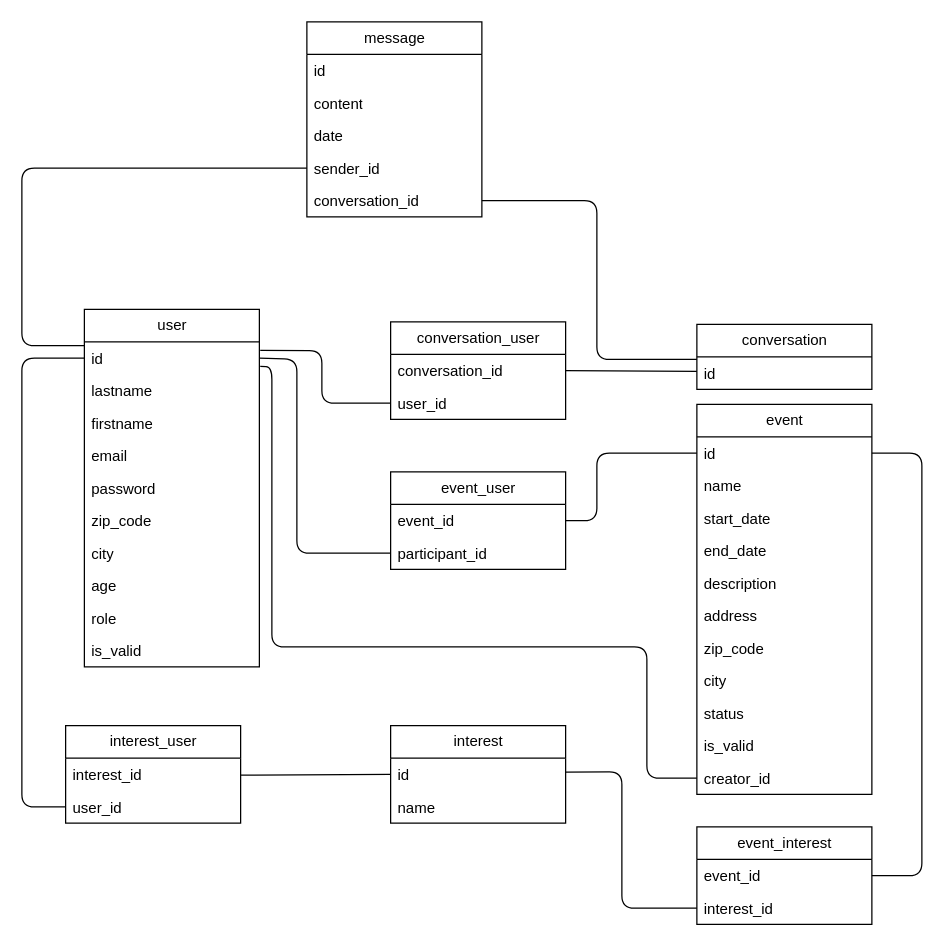
Before: conception/database_modelling/MLD/mld.drawio in LunaireFlare/orizon, a draw.io diagram. Source tidied: cells renumbered, new cells numbered last; positions are measured from the earlier drawing's top-left corner, leaving out a move shared by most shapes. Both pictures are drawn from the tidied source at 125%, with x=0, y=0 at pixel (21, 21).
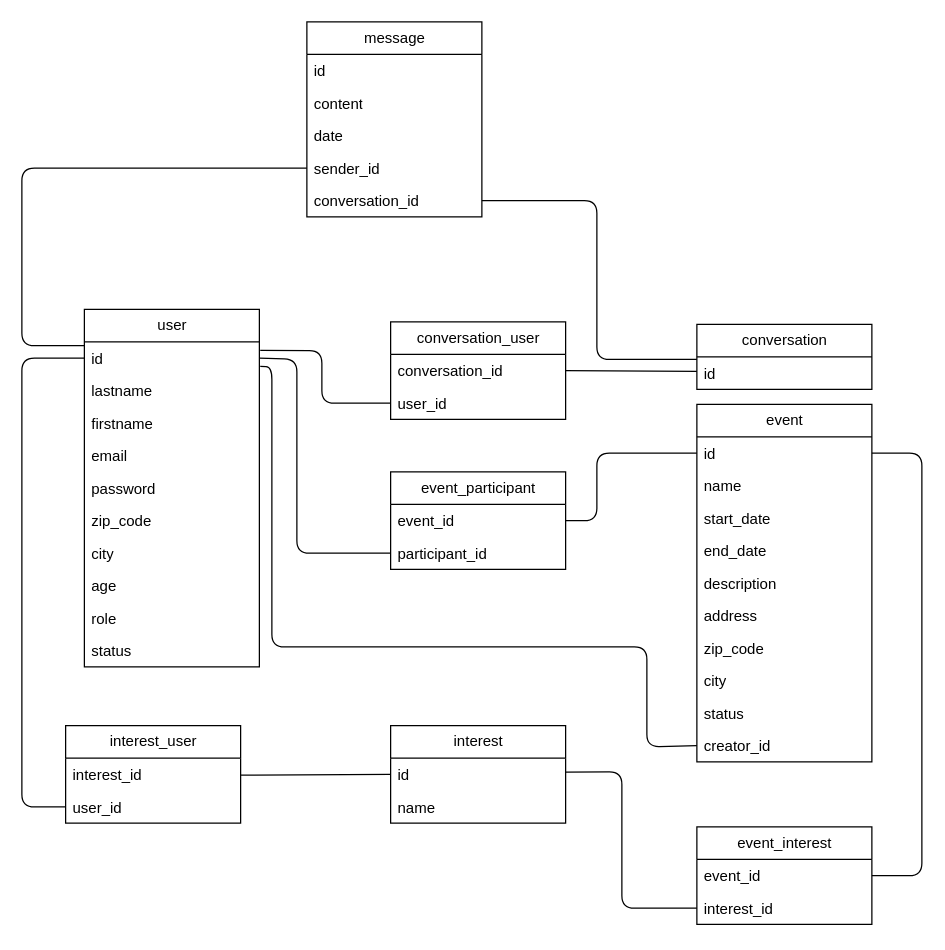
The same page after the edit.

Unchanged cells that the change refers to:
```xml
<mxCell id="2" value="user" style="swimlane;fontStyle=0;horizontal=1;startSize=26;fillColor=none;html=1;" parent="1" vertex="1">
  <mxGeometry x="50" y="230" width="140" height="286" as="geometry" />
</mxCell>
<mxCell id="3" value="id" style="text;strokeColor=none;fillColor=none;align=left;verticalAlign=top;spacingLeft=4;spacingRight=4;overflow=hidden;points=[[0,0.5],[1,0.5]];portConstraint=eastwest;whiteSpace=wrap;html=1;" parent="2" vertex="1">
  <mxGeometry y="26" width="140" height="26" as="geometry" />
</mxCell>
```

Change to the diagram source:
```diff
@@
-    <mxCell id="12" value="is_valid" style="text;strokeColor=none;fillColor=none;align=left;verticalAlign=top;spacingLeft=4;spacingRight=4;overflow=hidden;whiteSpace=wrap;html=1;" parent="2" vertex="1">
+    <mxCell id="12" value="status" style="text;strokeColor=none;fillColor=none;align=left;verticalAlign=top;spacingLeft=4;spacingRight=4;overflow=hidden;whiteSpace=wrap;html=1;" parent="2" vertex="1">
       <mxGeometry y="260" width="140" height="26" as="geometry" />
     </mxCell>
@@
     <mxCell id="19" value="event" style="swimlane;fontStyle=0;horizontal=1;startSize=26;fillColor=none;html=1;" parent="1" vertex="1">
-      <mxGeometry x="540" y="306" width="140" height="312" as="geometry" />
+      <mxGeometry x="540" y="306" width="140" height="286" as="geometry" />
     </mxCell>
@@
-    <mxCell id="29" value="is_valid" style="text;strokeColor=none;fillColor=none;align=left;verticalAlign=top;spacingLeft=4;spacingRight=4;overflow=hidden;whiteSpace=wrap;html=1;" parent="19" vertex="1">
-      <mxGeometry y="260" width="140" height="26" as="geometry" />
-    </mxCell>
     <mxCell id="30" value="creator_id" style="text;strokeColor=none;fillColor=none;align=left;verticalAlign=top;spacingLeft=4;spacingRight=4;overflow=hidden;points=[[0,0.5],[1,0.5]];portConstraint=eastwest;whiteSpace=wrap;html=1;" parent="19" vertex="1">
-      <mxGeometry y="286" width="140" height="26" as="geometry" />
+      <mxGeometry y="260" width="140" height="26" as="geometry" />
     </mxCell>
@@
     <mxCell id="41" style="endArrow=none;html=1;entryX=1.005;entryY=0.756;entryDx=0;entryDy=0;entryPerimeter=0;exitX=0;exitY=0.5;exitDx=0;exitDy=0;" parent="1" edge="1" source="30" target="3">
       <mxGeometry relative="1" as="geometry">
         <Array as="points">
-          <mxPoint x="500" y="605" />
+          <mxPoint x="500" y="580" />
           <mxPoint x="500" y="500" />
           <mxPoint x="200" y="500" />
           <mxPoint x="200" y="276" />
         </Array>
       </mxGeometry>
     </mxCell>
@@
-    <mxCell id="47" value="event_user" style="swimlane;fontStyle=0;horizontal=1;startSize=26;fillColor=none;html=1;" parent="1" vertex="1">
+    <mxCell id="47" value="event_participant" style="swimlane;fontStyle=0;horizontal=1;startSize=26;fillColor=none;html=1;" parent="1" vertex="1">
       <mxGeometry x="295" y="360" width="140" height="78" as="geometry" />
     </mxCell>
```
